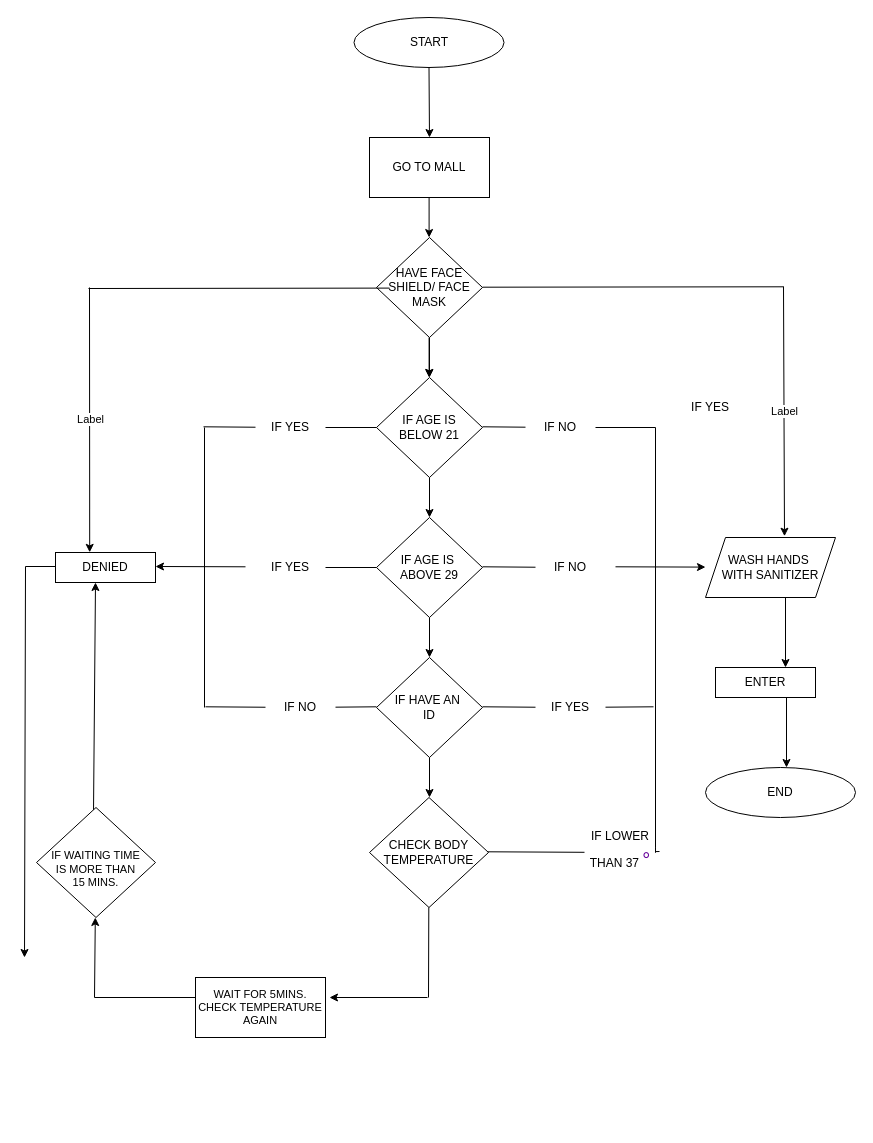
Above: Untitled Diagram.drawio in GinoongFlores/FirstProject (draw.io), before the change. Source tidied: cells renumbered, new cells numbered last; positions are measured from the earlier drawing's top-left corner, leaving out a move shared by most shapes. Both pictures are drawn from the tidied source at 100%, with x=0, y=0 at pixel (24, 17).
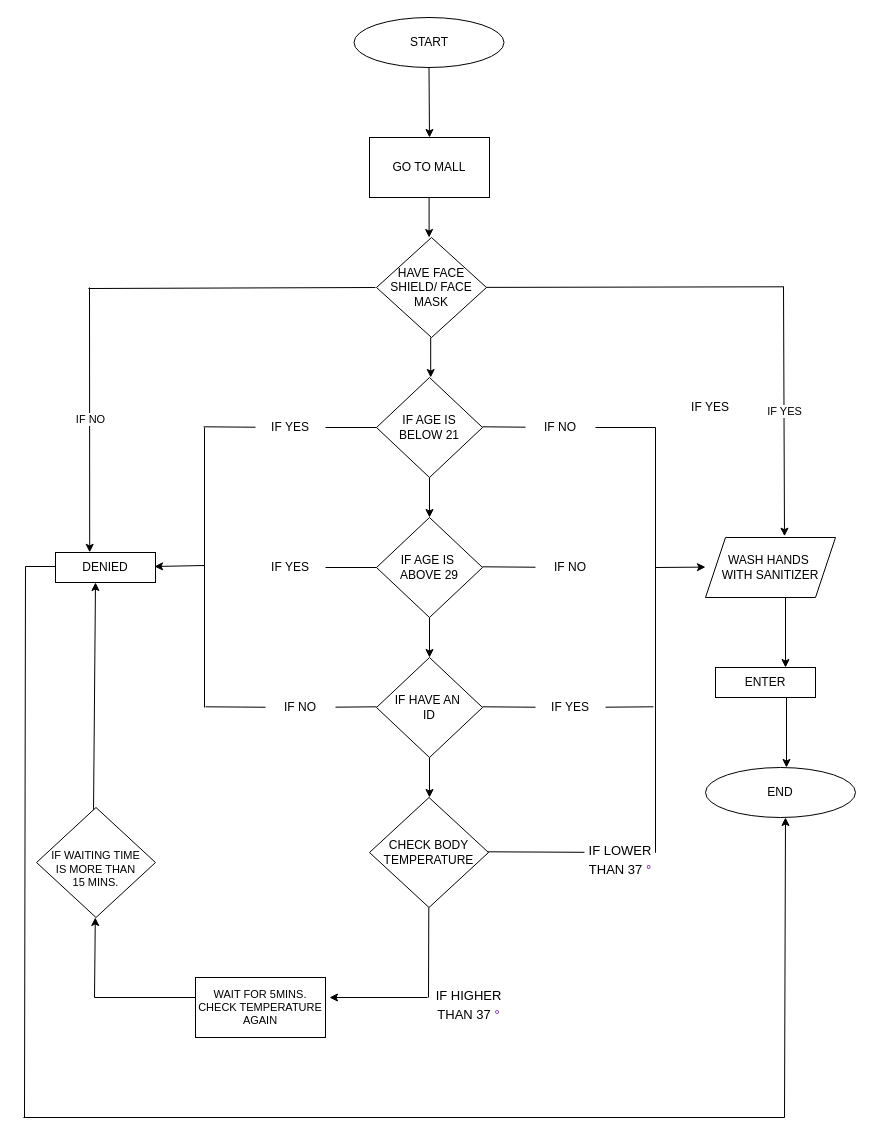
The same page after the edit.

The change refers to these unchanged cells:
```xml
<mxCell id="11" value="IF AGE IS &lt;br&gt;BELOW 21" style="rhombus;whiteSpace=wrap;html=1;" parent="1" vertex="1">
  <mxGeometry x="352" y="360" width="106" height="100" as="geometry" />
</mxCell>
<mxCell id="44" style="endArrow=classic;html=1;entryX=0.342;entryY=-0.005;entryDx=0;entryDy=0;entryPerimeter=0;" parent="1" edge="1" target="43">
  <mxGeometry relative="1" as="geometry">
    <mxPoint x="65" y="270" as="sourcePoint" />
  </mxGeometry>
</mxCell>
<mxCell id="47" style="endArrow=classic;html=1;entryX=0.342;entryY=-0.005;entryDx=0;entryDy=0;entryPerimeter=0;" parent="1" edge="1">
  <mxGeometry relative="1" as="geometry">
    <mxPoint x="759" y="269" as="sourcePoint" />
    <mxPoint x="760" y="518.7" as="targetPoint" />
  </mxGeometry>
</mxCell>
```

Diff of the diagram source:
```diff
@@
-    <mxCell id="7" style="edgeStyle=orthogonalEdgeStyle;rounded=0;jettySize=auto;html=1;" parent="1" edge="1" source="8" target="11">
-      <mxGeometry relative="1" as="geometry" />
-    </mxCell>
-    <mxCell id="8" value="HAVE FACE SHIELD/ FACE MASK" style="rhombus;whiteSpace=wrap;html=1;" parent="1" vertex="1">
-      <mxGeometry x="352" y="220" width="106" height="100" as="geometry" />
+    <mxCell id="8" value="HAVE FACE SHIELD/ FACE MASK" style="rhombus;whiteSpace=wrap;html=1;fontSize=12;" parent="1" vertex="1">
+      <mxGeometry x="352" y="220" width="110" height="100" as="geometry" />
     </mxCell>
@@
-    <mxCell id="10" style="endArrow=classic;html=1;exitX=0.5;exitY=1;exitDx=0;exitDy=0;exitPerimeter=0;" parent="1" edge="1">
-      <mxGeometry relative="1" as="geometry">
-        <mxPoint x="404.6" y="320" as="sourcePoint" />
-        <mxPoint x="404.6" y="360" as="targetPoint" />
-      </mxGeometry>
-    </mxCell>
@@
     <mxCell id="18" style="endArrow=none;html=1;" parent="1" edge="1">
       <mxGeometry relative="1" as="geometry">
         <mxPoint x="64" y="271" as="sourcePoint" />
-        <mxPoint x="365" y="270.6" as="targetPoint" />
+        <mxPoint x="351" y="270" as="targetPoint" />
       </mxGeometry>
     </mxCell>
@@
-    <mxCell id="24" style="endArrow=none;html=1;sourcePerimeterSpacing=0;startSize=6;jumpSize=6;jumpStyle=none;" parent="1" edge="1" source="37">
-      <mxGeometry relative="1" as="geometry">
-        <mxPoint x="635" y="834" as="targetPoint" />
-      </mxGeometry>
-    </mxCell>
@@
-    <mxCell id="37" value="IF LOWER&lt;br&gt;THAN 37&amp;nbsp;&lt;a href=&quot;https://www.degreesymbol.net/&quot; style=&quot;color: rgb(102 , 0 , 153) ; cursor: pointer ; font-family: &amp;#34;arial&amp;#34; , sans-serif ; font-size: small ; text-align: left ; background-color: rgb(255 , 255 , 255)&quot;&gt;&lt;h3 class=&quot;LC20lb DKV0Md&quot; style=&quot;font-size: 20px ; font-weight: normal ; margin: 0px 0px 3px ; padding: 4px 0px 0px ; display: inline-block ; line-height: 1.3&quot;&gt;°&lt;/h3&gt;&lt;/a&gt;" style="text;html=1;strokeColor=none;fillColor=none;align=center;verticalAlign=middle;whiteSpace=wrap;rounded=0;" parent="1" vertex="1">
-      <mxGeometry x="561" y="825" width="70" height="20" as="geometry" />
+    <mxCell id="37" value="IF LOWER&lt;br style=&quot;font-size: 13px;&quot;&gt;THAN 37&amp;nbsp;&lt;a href=&quot;https://www.degreesymbol.net/&quot; style=&quot;color: rgb(102, 0, 153); cursor: pointer; font-family: arial, sans-serif; font-size: 13px; text-align: left; background-color: rgb(255, 255, 255);&quot;&gt;&lt;h3 class=&quot;LC20lb DKV0Md&quot; style=&quot;font-size: 13px; font-weight: normal; margin: 0px 0px 3px; padding: 4px 0px 0px; display: inline-block; line-height: 1.3;&quot;&gt;°&lt;/h3&gt;&lt;/a&gt;" style="text;html=1;strokeColor=none;fillColor=none;align=center;verticalAlign=middle;whiteSpace=wrap;rounded=0;fontSize=13;" parent="1" vertex="1">
+      <mxGeometry x="561" y="822.5" width="70" height="45" as="geometry" />
     </mxCell>
@@
     <mxCell id="40" style="endArrow=classic;html=1;" parent="1" edge="1">
       <mxGeometry relative="1" as="geometry">
-        <mxPoint x="221" y="549.3" as="sourcePoint" />
-        <mxPoint x="131" y="549" as="targetPoint" />
+        <mxPoint x="180" y="548" as="sourcePoint" />
+        <mxPoint x="130" y="549" as="targetPoint" />
       </mxGeometry>
     </mxCell>
@@
     <mxCell id="42" style="endArrow=classic;html=1;" parent="1" edge="1">
       <mxGeometry relative="1" as="geometry">
-        <mxPoint x="591" y="549.3" as="sourcePoint" />
+        <mxPoint x="631" y="550" as="sourcePoint" />
         <mxPoint x="681" y="549.6" as="targetPoint" />
       </mxGeometry>
     </mxCell>
@@
-    <mxCell id="45" value="Label" style="edgeLabel;html=1;align=center;verticalAlign=middle;" parent="44" vertex="1">
+    <mxCell id="45" value="IF NO" style="edgeLabel;html=1;align=center;verticalAlign=middle;" parent="44" vertex="1">
       <mxGeometry relative="1" as="geometry" />
     </mxCell>
-    <mxCell id="46" style="endArrow=none;html=1;" parent="1" edge="1">
+    <mxCell id="46" style="endArrow=none;html=1;" parent="1" edge="1" source="8">
       <mxGeometry relative="1" as="geometry">
-        <mxPoint x="458" y="269.7" as="sourcePoint" />
         <mxPoint x="759" y="269.3" as="targetPoint" />
       </mxGeometry>
     </mxCell>
@@
-    <mxCell id="48" value="Label" style="edgeLabel;html=1;align=center;verticalAlign=middle;" parent="47" vertex="1">
+    <mxCell id="48" value="IF YES" style="edgeLabel;html=1;align=center;verticalAlign=middle;" parent="47" vertex="1">
       <mxGeometry relative="1" as="geometry" />
     </mxCell>
@@
-    <mxCell id="55" style="endArrow=classic;html=1;" parent="1" edge="1">
+    <mxCell id="55" style="endArrow=none;html=1;fontFamily=Helvetica;fontSize=11;fontColor=#000000;align=center;strokeColor=#000000;" parent="1" edge="1">
       <mxGeometry relative="1" as="geometry">
         <mxPoint x="1" y="549" as="sourcePoint" />
-        <mxPoint y="940" as="targetPoint" />
+        <mxPoint y="1100" as="targetPoint" />
       </mxGeometry>
     </mxCell>
@@
+    <mxCell id="63" style="endArrow=none;html=1;fontSize=11;" parent="1" edge="1">
+      <mxGeometry relative="1" as="geometry">
+        <mxPoint x="-1" y="1100" as="sourcePoint" />
+        <mxPoint x="760" y="1100" as="targetPoint" />
+      </mxGeometry>
+    </mxCell>
+    <mxCell id="64" style="endArrow=classic;html=1;fontSize=11;" parent="1" edge="1">
+      <mxGeometry relative="1" as="geometry">
+        <mxPoint x="760" y="1100" as="sourcePoint" />
+        <mxPoint x="761" y="800" as="targetPoint" />
+      </mxGeometry>
+    </mxCell>
+    <mxCell id="65" value="IF HIGHER THAN&amp;nbsp;&lt;span style=&quot;font-size: 13px;&quot;&gt;37&amp;nbsp;&lt;/span&gt;&lt;a href=&quot;https://www.degreesymbol.net/&quot; style=&quot;color: rgb(102, 0, 153); cursor: pointer; font-family: arial, sans-serif; font-size: 13px; text-align: left; background-color: rgb(255, 255, 255);&quot;&gt;&lt;h3 class=&quot;LC20lb DKV0Md&quot; style=&quot;font-size: 13px; font-weight: normal; margin: 0px 0px 3px; padding: 4px 0px 0px; display: inline-block; line-height: 1.3;&quot;&gt;°&lt;/h3&gt;&lt;/a&gt;" style="text;html=1;strokeColor=none;fillColor=none;align=center;verticalAlign=middle;whiteSpace=wrap;rounded=0;fontSize=13;" parent="1" vertex="1">
+      <mxGeometry x="401" y="965" width="87" height="50" as="geometry" />
+    </mxCell>
+    <mxCell id="66" style="endArrow=classic;html=1;exitX=0.5;exitY=1;exitDx=0;exitDy=0;exitPerimeter=0;" parent="1" edge="1">
+      <mxGeometry relative="1" as="geometry">
+        <mxPoint x="406.2" y="320" as="sourcePoint" />
+        <mxPoint x="406.2" y="360" as="targetPoint" />
+      </mxGeometry>
+    </mxCell>
```
